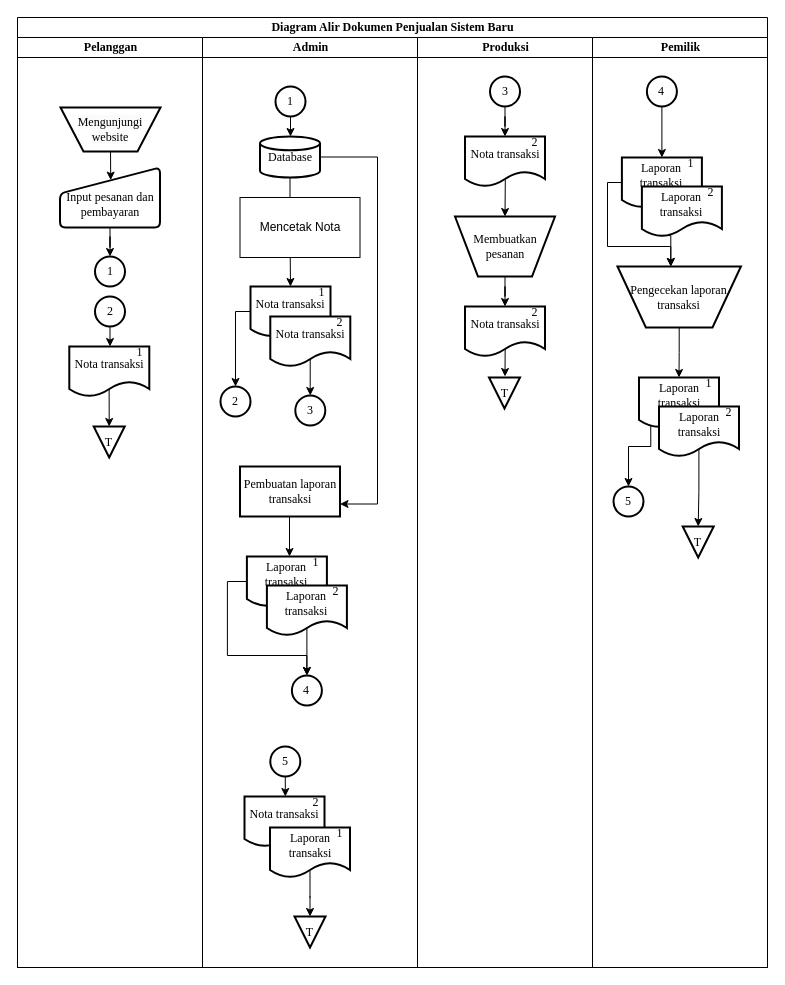
Before: page "Halaman-17" (17 of 17) of TA.drawio in angelinahandini/TA, a draw.io diagram. Source tidied: cells renumbered, new cells numbered last; positions are measured from the earlier drawing's top-left corner, leaving out a move shared by most shapes. Both pictures are drawn from the tidied source at 100%, with x=0, y=0 at pixel (17, 17).
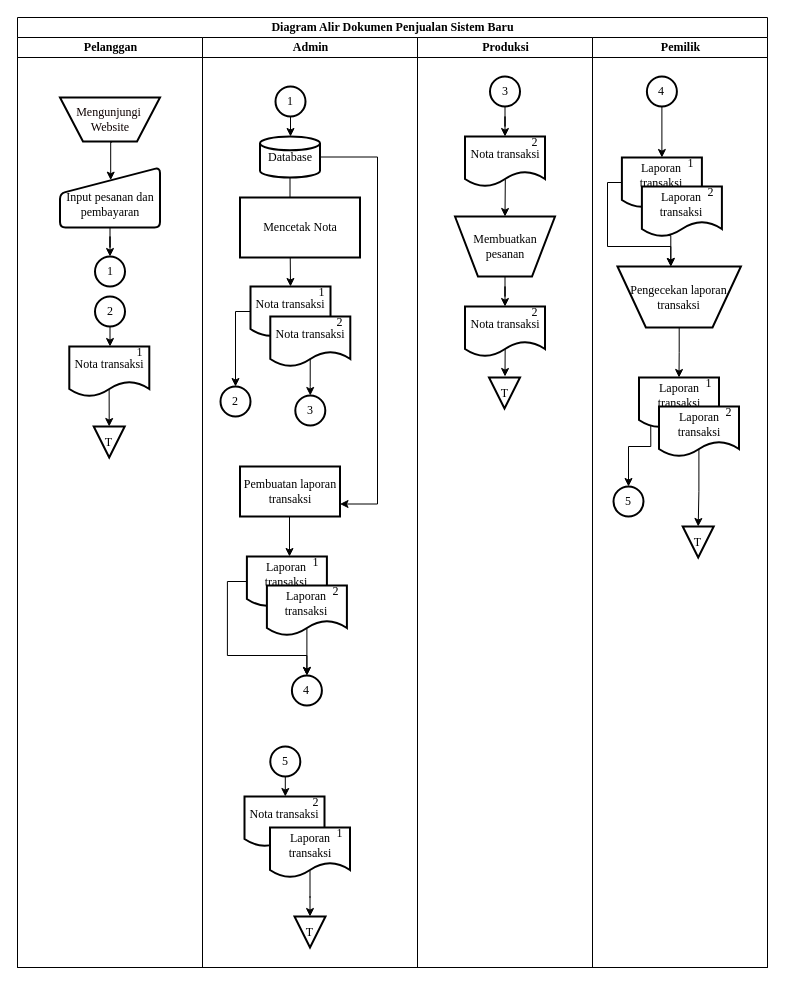
The same diagram, later.

Unchanged cells that the change refers to:
```xml
<mxCell id="3" value="Pelanggan" style="swimlane;startSize=20;html=1;fontFamily=Times New Roman;" parent="2" vertex="1">
  <mxGeometry y="20" width="185" height="930" as="geometry" />
</mxCell>
<mxCell id="17" value="&lt;br&gt;Input pesanan dan pembayaran" style="html=1;strokeWidth=2;shape=manualInput;whiteSpace=wrap;rounded=1;size=26;arcSize=11;fontFamily=Times New Roman;" parent="3" vertex="1">
  <mxGeometry x="42.5" y="130" width="100" height="60" as="geometry" />
</mxCell>
<mxCell id="29" value="Admin" style="swimlane;startSize=20;html=1;fontFamily=Times New Roman;" parent="2" vertex="1">
  <mxGeometry x="185" y="20" width="215" height="930" as="geometry" />
</mxCell>
<mxCell id="34" value="Database" style="strokeWidth=2;html=1;shape=mxgraph.flowchart.database;whiteSpace=wrap;fontFamily=Times New Roman;" parent="29" vertex="1">
  <mxGeometry x="57.5" y="99" width="60" height="41" as="geometry" />
</mxCell>
<mxCell id="36" value="Nota transaksi" style="shape=document;whiteSpace=wrap;html=1;boundedLbl=1;arcSize=10;strokeWidth=2;fontFamily=Times New Roman;" parent="35" vertex="1">
  <mxGeometry width="80" height="50" as="geometry" />
</mxCell>
<mxCell id="41" value="Pembuatan laporan transaksi" style="html=1;dashed=0;whiteSpace=wrap;strokeWidth=2;fontFamily=Times New Roman;" parent="29" vertex="1">
  <mxGeometry x="37.5" y="429" width="100" height="50" as="geometry" />
</mxCell>
<mxCell id="62" value="Nota transaksi" style="shape=document;whiteSpace=wrap;html=1;boundedLbl=1;arcSize=10;strokeWidth=2;fontFamily=Times New Roman;" parent="61" vertex="1">
  <mxGeometry width="80" height="50" as="geometry" />
</mxCell>
<mxCell id="64" value="3" style="strokeWidth=2;html=1;shape=mxgraph.flowchart.start_2;whiteSpace=wrap;fontFamily=Times New Roman;" parent="29" vertex="1">
  <mxGeometry x="92.8" y="358" width="30" height="30" as="geometry" />
</mxCell>
<mxCell id="81" value="Pemilik" style="swimlane;startSize=20;html=1;fontFamily=Times New Roman;" parent="2" vertex="1">
  <mxGeometry x="575" y="20" width="175" height="930" as="geometry" />
</mxCell>
<mxCell id="87" value="Pengecekan laporan &lt;br&gt;transaksi" style="verticalLabelPosition=middle;verticalAlign=middle;html=1;shape=trapezoid;perimeter=trapezoidPerimeter;whiteSpace=wrap;size=0.23;arcSize=10;flipV=1;labelPosition=center;align=center;strokeWidth=2;fontFamily=Times New Roman;" parent="81" vertex="1">
  <mxGeometry x="25" y="229" width="123.4" height="61" as="geometry" />
</mxCell>
<mxCell id="92" value="Laporan transaksi" style="shape=document;whiteSpace=wrap;html=1;boundedLbl=1;arcSize=10;strokeWidth=2;fontFamily=Times New Roman;" parent="91" vertex="1">
  <mxGeometry width="80" height="50" as="geometry" />
</mxCell>
```

What changed in the source:
```diff
@@
-    <mxCell id="2" value="Diagram Alir Dokumen Penjualan Sistem Baru" style="swimlane;startSize=20;html=1;fontFamily=Times New Roman;" parent="1" vertex="1">
+    <mxCell id="2" value="Diagram Alir Dokumen Penjualan Sistem Baru" style="swimlane;startSize=20;html=1;fontFamily=Times New Roman;fontColor=#000000;" parent="1" vertex="1">
       <mxGeometry width="750" height="950" as="geometry" />
     </mxCell>
@@
-    <mxCell id="15" style="edgeStyle=orthogonalEdgeStyle;rounded=0;jettySize=auto;html=1;entryX=0.507;entryY=0.211;entryDx=0;entryDy=0;entryPerimeter=0;fontFamily=Times New Roman;" parent="3" edge="1" target="17">
-      <mxGeometry relative="1" as="geometry">
-        <mxPoint x="93" y="109" as="sourcePoint" />
-      </mxGeometry>
+    <mxCell id="15" style="edgeStyle=orthogonalEdgeStyle;rounded=0;jettySize=auto;html=1;entryX=0.507;entryY=0.211;entryDx=0;entryDy=0;entryPerimeter=0;fontFamily=Times New Roman;exitX=0.521;exitY=-0.014;exitDx=0;exitDy=0;exitPerimeter=0;" parent="3" edge="1" source="26" target="17">
+      <mxGeometry relative="1" as="geometry" />
     </mxCell>
@@
-    <mxCell id="26" value="&lt;span style=&quot;color: rgb(0, 0, 0); font-size: 12px; font-style: normal; font-variant-ligatures: normal; font-variant-caps: normal; font-weight: 400; letter-spacing: normal; orphans: 2; text-align: center; text-indent: 0px; text-transform: none; widows: 2; word-spacing: 0px; -webkit-text-stroke-width: 0px; background-color: rgb(251, 251, 251); text-decoration-thickness: initial; text-decoration-style: initial; text-decoration-color: initial; float: none; display: inline !important;&quot;&gt;Mengunjungi website&lt;/span&gt;" style="verticalLabelPosition=middle;verticalAlign=middle;html=1;shape=trapezoid;perimeter=trapezoidPerimeter;whiteSpace=wrap;size=0.23;arcSize=10;flipV=1;labelPosition=center;align=center;strokeWidth=2;fontFamily=Times New Roman;" parent="3" vertex="1">
-      <mxGeometry x="43" y="70" width="100" height="44" as="geometry" />
+    <mxCell id="26" value="&lt;font color=&quot;#0d0101&quot;&gt;Mengunjungi&amp;nbsp;&lt;br&gt;Website&lt;/font&gt;" style="verticalLabelPosition=middle;verticalAlign=middle;html=1;shape=trapezoid;perimeter=trapezoidPerimeter;whiteSpace=wrap;size=0.23;arcSize=10;flipV=1;labelPosition=center;align=center;strokeWidth=2;fontFamily=Times New Roman;fontColor=#ffffff;labelBackgroundColor=none;" parent="3" vertex="1">
+      <mxGeometry x="42.5" y="60" width="100" height="44" as="geometry" />
     </mxCell>
@@
-    <mxCell id="32" style="edgeStyle=orthogonalEdgeStyle;rounded=0;jettySize=auto;html=1;entryX=0.5;entryY=0;entryDx=0;entryDy=0;" parent="29" edge="1" source="34" target="36">
+    <mxCell id="32" style="edgeStyle=orthogonalEdgeStyle;rounded=0;jettySize=auto;html=1;entryX=0.5;entryY=0;entryDx=0;entryDy=0;fontFamily=Times New Roman;" parent="29" edge="1" source="34" target="36">
       <mxGeometry relative="1" as="geometry" />
     </mxCell>
-    <mxCell id="33" style="edgeStyle=orthogonalEdgeStyle;rounded=0;jettySize=auto;html=1;entryX=1;entryY=0.75;entryDx=0;entryDy=0;" parent="29" edge="1" source="34" target="41">
+    <mxCell id="33" style="edgeStyle=orthogonalEdgeStyle;rounded=0;jettySize=auto;html=1;entryX=1;entryY=0.75;entryDx=0;entryDy=0;fontFamily=Times New Roman;" parent="29" edge="1" source="34" target="41">
       <mxGeometry relative="1" as="geometry">
         <Array as="points">
           <mxPoint x="175" y="119" />
           <mxPoint x="175" y="467" />
         </Array>
       </mxGeometry>
     </mxCell>
@@
-    <mxCell id="65" style="edgeStyle=orthogonalEdgeStyle;rounded=0;jettySize=auto;html=1;exitX=0.499;exitY=0.839;exitDx=0;exitDy=0;exitPerimeter=0;" parent="29" edge="1" source="62" target="64">
+    <mxCell id="65" style="edgeStyle=orthogonalEdgeStyle;rounded=0;jettySize=auto;html=1;exitX=0.499;exitY=0.839;exitDx=0;exitDy=0;exitPerimeter=0;fontFamily=Times New Roman;" parent="29" edge="1" source="62" target="64">
       <mxGeometry relative="1" as="geometry" />
     </mxCell>
-    <mxCell id="66" value="Mencetak Nota" style="rounded=0;whiteSpace=wrap;html=1;" parent="29" vertex="1">
+    <mxCell id="66" value="Mencetak Nota" style="rounded=0;whiteSpace=wrap;html=1;fontFamily=Times New Roman;fontStyle=0;labelBorderColor=none;strokeWidth=2;" parent="29" vertex="1">
       <mxGeometry x="37.5" y="160" width="120" height="60" as="geometry" />
     </mxCell>
@@
-    <mxCell id="86" style="edgeStyle=orthogonalEdgeStyle;rounded=0;jettySize=auto;html=1;entryX=0.5;entryY=0;entryDx=0;entryDy=0;" parent="81" edge="1" source="87" target="92">
+    <mxCell id="86" style="edgeStyle=orthogonalEdgeStyle;rounded=0;jettySize=auto;html=1;entryX=0.5;entryY=0;entryDx=0;entryDy=0;fontFamily=Times New Roman;" parent="81" edge="1" source="87" target="92">
       <mxGeometry relative="1" as="geometry" />
     </mxCell>
```
